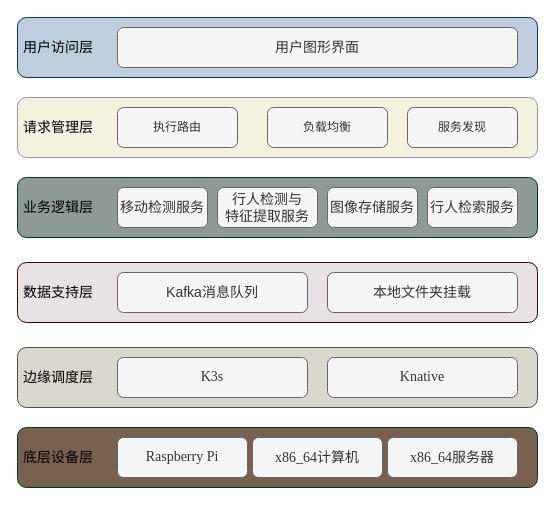
Before: page "系统总体框架" (4 of 7) of directory/边缘架构.drawio in lllwwwooo/draw.io, a draw.io diagram. Source tidied: cells renumbered, new cells numbered last; positions are measured from the earlier drawing's top-left corner, leaving out a move shared by most shapes. Both pictures are drawn from the tidied source at 100%, with x=0, y=0 at pixel (17, 17).
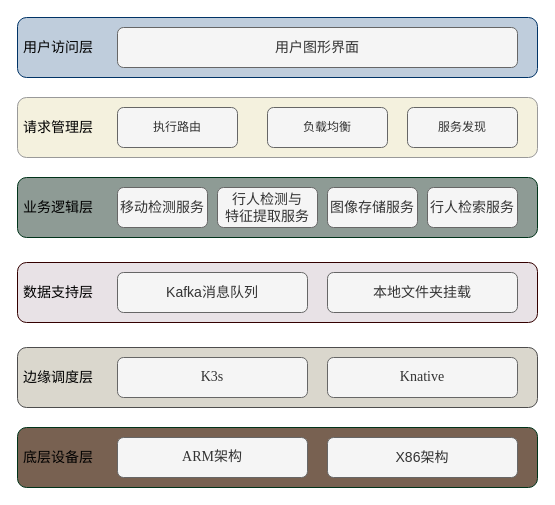
Above is the later version.

What changed in the source:
```diff
@@
-    <mxCell id="20" value="&lt;font style=&quot;font-size: 14px;&quot; face=&quot;Times New Roman&quot;&gt;Raspberry Pi&lt;/font&gt;" style="rounded=1;whiteSpace=wrap;html=1;fillColor=#f5f5f5;strokeColor=#666666;fontColor=#333333;" parent="1" vertex="1">
-      <mxGeometry x="100" y="420" width="130" height="40" as="geometry" />
+    <mxCell id="20" value="&lt;font style=&quot;font-size: 14px;&quot; face=&quot;Times New Roman&quot;&gt;ARM架构&lt;/font&gt;" style="rounded=1;whiteSpace=wrap;html=1;fillColor=#f5f5f5;strokeColor=#666666;fontColor=#333333;" parent="1" vertex="1">
+      <mxGeometry x="100" y="420" width="190" height="40" as="geometry" />
     </mxCell>
-    <mxCell id="21" value="&lt;font face=&quot;Times New Roman&quot; style=&quot;font-size: 14px;&quot;&gt;x86_64&lt;/font&gt;&lt;font style=&quot;font-size: 14px;&quot; face=&quot;宋体&quot;&gt;计算机&lt;/font&gt;" style="rounded=1;whiteSpace=wrap;html=1;fillColor=#f5f5f5;strokeColor=#666666;fontColor=#333333;" parent="1" vertex="1">
-      <mxGeometry x="235" y="420" width="130" height="40" as="geometry" />
-    </mxCell>
-    <mxCell id="22" value="&lt;font style=&quot;font-size: 14px;&quot;&gt;&lt;span style=&quot;font-family: &amp;quot;Times New Roman&amp;quot;;&quot;&gt;x86_64&lt;/span&gt;&lt;span style=&quot;background-color: transparent; color: light-dark(rgb(51, 51, 51), rgb(193, 193, 193));&quot;&gt;&lt;font face=&quot;宋体&quot;&gt;服务器&lt;/font&gt;&lt;/span&gt;&lt;/font&gt;" style="rounded=1;whiteSpace=wrap;html=1;fillColor=#f5f5f5;strokeColor=#666666;fontColor=#333333;" parent="1" vertex="1">
-      <mxGeometry x="370" y="420" width="130" height="40" as="geometry" />
+    <mxCell id="22" value="&lt;font face=&quot;宋体&quot;&gt;&lt;span style=&quot;font-size: 14px;&quot;&gt;X86架构&lt;/span&gt;&lt;/font&gt;" style="rounded=1;whiteSpace=wrap;html=1;fillColor=#f5f5f5;strokeColor=#666666;fontColor=#333333;" parent="1" vertex="1">
+      <mxGeometry x="310" y="420" width="190" height="40" as="geometry" />
     </mxCell>
```
